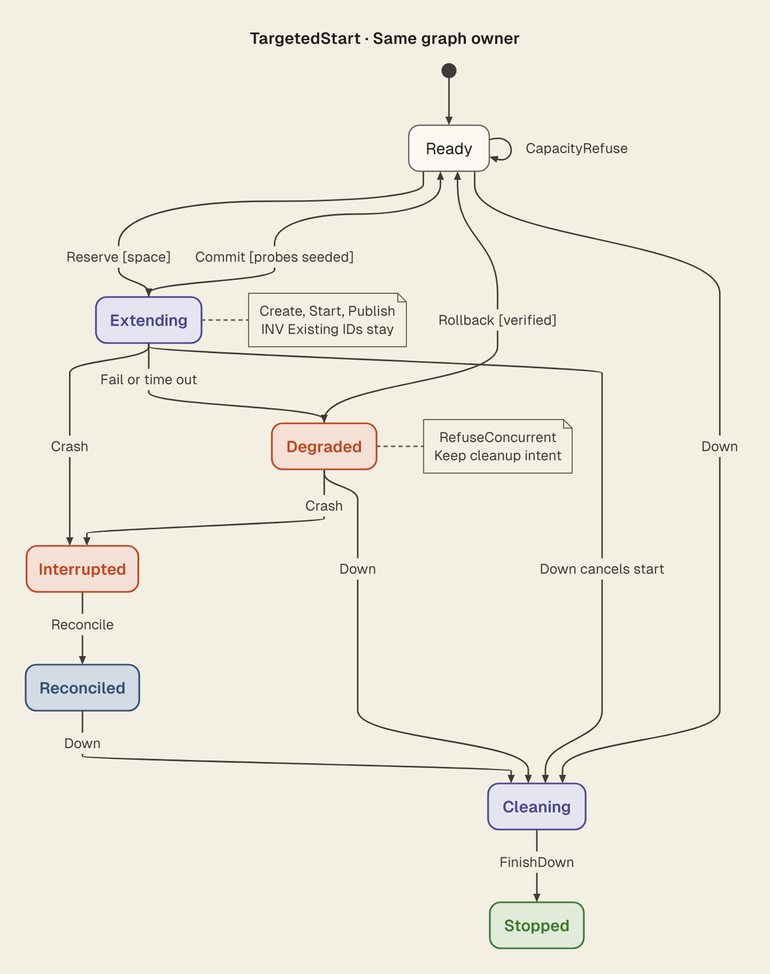
This is docs/reference/state-charts/targeted-start.png from hack-dance/hack, a Mermaid export, as it was before one commit. Its source is kept beside it as docs/reference/state-charts/targeted-start.mmd.
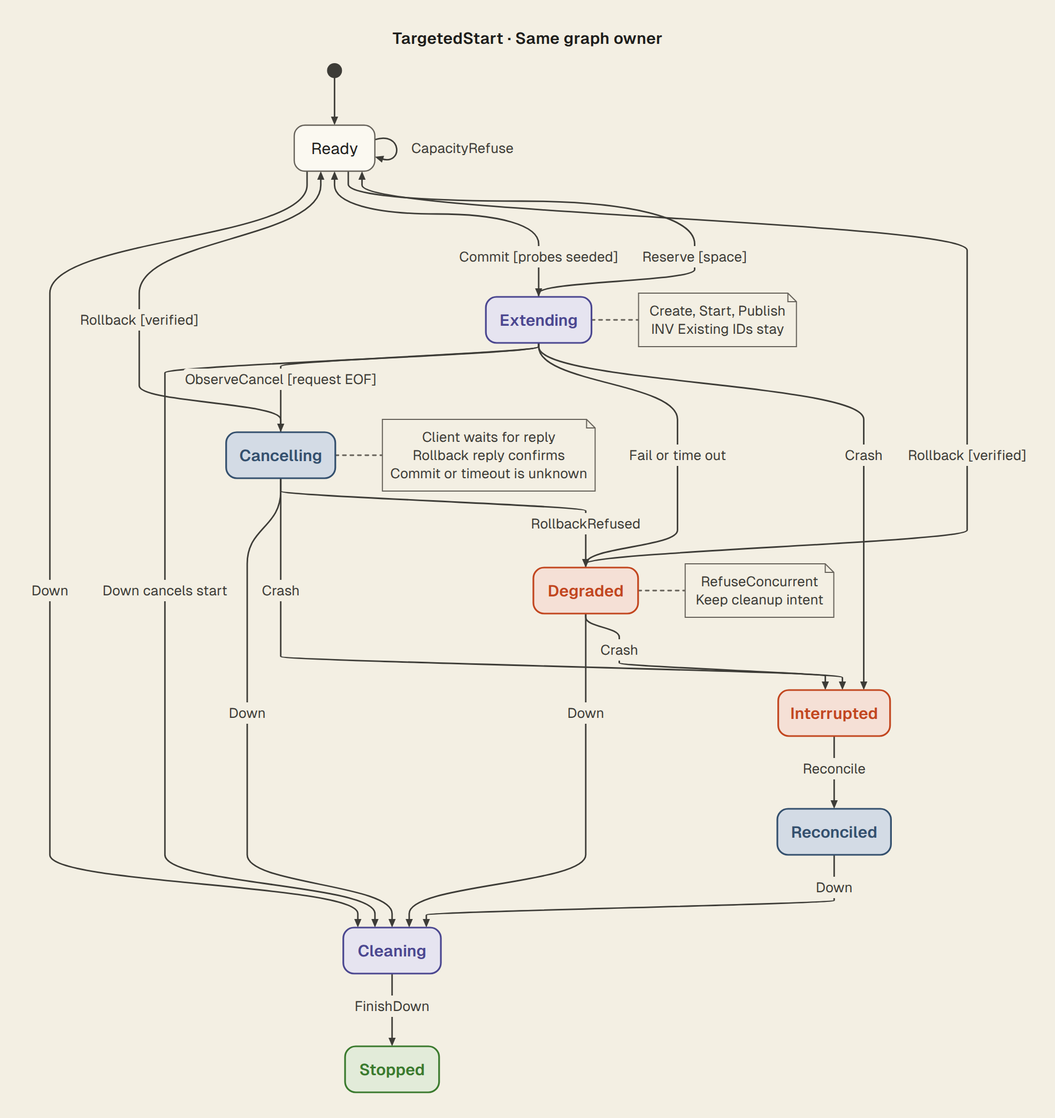
Above is the later version.

Change to the diagram source:
```diff
@@ -8,12 +8,17 @@
     Ready --> Extending : Reserve [space]
     Extending --> Ready : Commit [probes seeded]
     Extending --> Degraded : Fail or time out
+    Extending --> Cancelling : ObserveCancel [request EOF]
+    Cancelling --> Ready : Rollback [verified]
+    Cancelling --> Degraded : RollbackRefused
     Degraded --> Ready : Rollback [verified]
     Extending --> Interrupted : Crash
+    Cancelling --> Interrupted : Crash
     Degraded --> Interrupted : Crash
     Interrupted --> Reconciled : Reconcile
     Ready --> Cleaning : Down
     Extending --> Cleaning : Down cancels start
+    Cancelling --> Cleaning : Down
     Degraded --> Cleaning : Down
     Reconciled --> Cleaning : Down
     Cleaning --> Stopped : FinishDown
@@ -25,11 +30,16 @@
       RefuseConcurrent
       Keep cleanup intent
     end note
+    note right of Cancelling
+      Client waits for reply
+      Rollback reply confirms
+      Commit or timeout is unknown
+    end note
     classDef live stroke-width:1.6px
     classDef wait stroke-width:1.6px
     classDef fail stroke-width:1.6px
     classDef ok stroke-width:1.6px
     class Extending,Cleaning live
     class Interrupted,Degraded fail
-    class Reconciled wait
+    class Cancelling,Reconciled wait
     class Stopped ok
```
